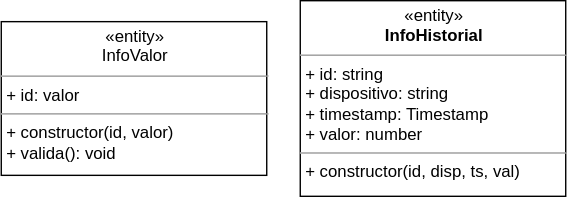
Above: img/clases_datos_iot.svg in gilpgdm/gilpgdm.github.io (draw.io), before the change. Source tidied: cells renumbered, new cells last; positions are measured from the earlier drawing's top-left corner, leaving out a move shared by most shapes.
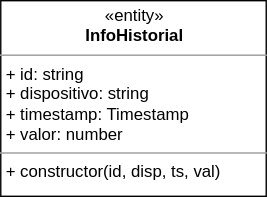
Above is the later version.

Diff of the diagram source:
```diff
@@ -2,9 +2,6 @@
   <root>
     <mxCell id="0" />
     <mxCell id="1" parent="0" />
-    <mxCell id="2" value="&lt;p style=&quot;margin: 0px ; margin-top: 4px ; text-align: center&quot;&gt;«entity»&lt;br&gt;InfoValor&lt;br&gt;&lt;/p&gt;&lt;hr size=&quot;1&quot;&gt;&lt;p style=&quot;margin: 0px ; margin-left: 4px&quot;&gt;+ id: valor&lt;/p&gt;&lt;hr size=&quot;1&quot;&gt;&lt;p style=&quot;margin: 0px ; margin-left: 4px&quot;&gt;+ constructor(id, valor)&lt;br&gt;+ valida(): void&lt;/p&gt;" style="verticalAlign=top;align=left;overflow=fill;fontSize=12;fontFamily=Helvetica;html=1;" parent="1" vertex="1">
-      <mxGeometry y="15" width="190" height="110" as="geometry" />
-    </mxCell>
     <mxCell id="3" value="&lt;p style=&quot;margin: 0px ; margin-top: 4px ; text-align: center&quot;&gt;«entity»&lt;br&gt;&lt;b&gt;InfoHistorial&lt;/b&gt;&lt;/p&gt;&lt;hr size=&quot;1&quot;&gt;&lt;p style=&quot;margin: 0px ; margin-left: 4px&quot;&gt;+ id: string&lt;br&gt;+ dispositivo: string&lt;/p&gt;&lt;p style=&quot;margin: 0px ; margin-left: 4px&quot;&gt;+ timestamp: Timestamp&lt;/p&gt;&lt;p style=&quot;margin: 0px ; margin-left: 4px&quot;&gt;+ valor: number&lt;/p&gt;&lt;hr size=&quot;1&quot;&gt;&lt;p style=&quot;margin: 0px ; margin-left: 4px&quot;&gt;+ constructor(id, disp, ts, val)&lt;/p&gt;" style="verticalAlign=top;align=left;overflow=fill;fontSize=12;fontFamily=Helvetica;html=1;" parent="1" vertex="1">
       <mxGeometry x="214" width="190" height="140" as="geometry" />
     </mxCell>
```
